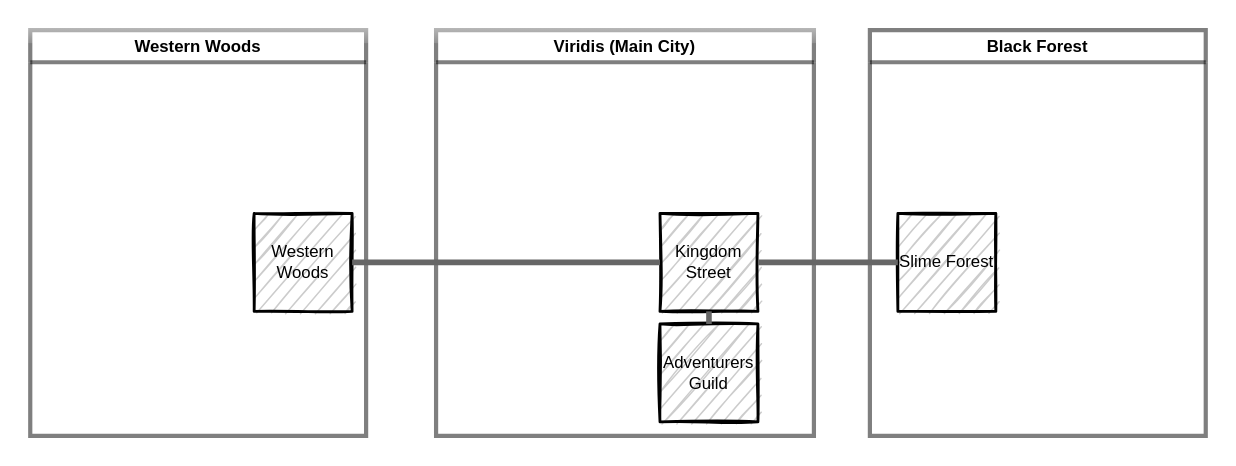
Before: public/world/include/chiania_world_map.drawio.svg, a diagram exported from draw.io (RudolfAchter/chiania). Source tidied: cells renumbered, new cells last; positions are measured from the earlier drawing's top-left corner, leaving out a move shared by most shapes.
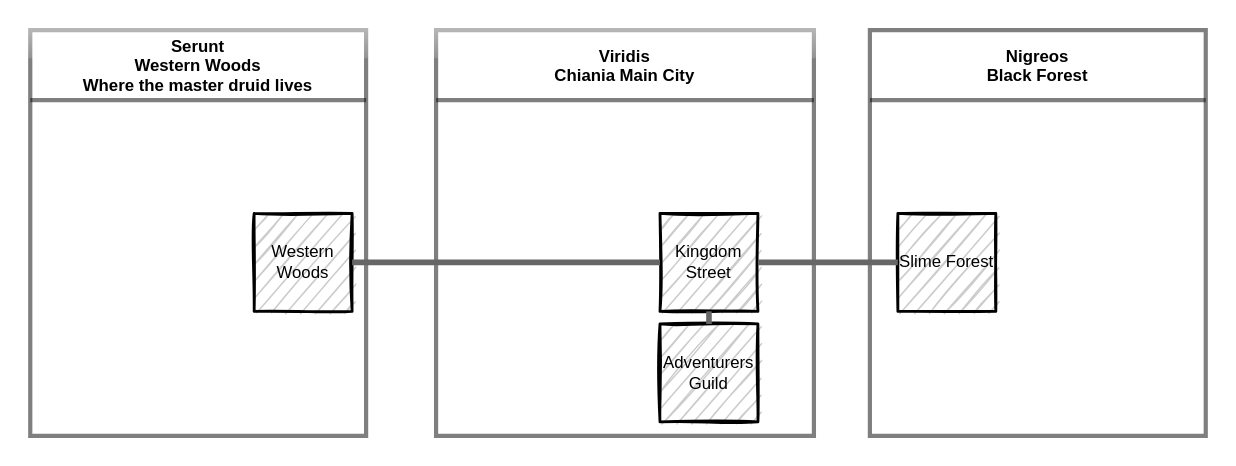
Later version of the same file.

Change to the diagram source:
```diff
@@ -2,7 +2,7 @@
   <root>
     <mxCell id="0" />
     <mxCell id="1" parent="0" />
-    <mxCell id="2" value="Viridis (Main City)" style="swimlane;glass=1;swimlaneLine=1;swimlaneFillColor=default;gradientColor=none;fillColor=default;sketch=0;shadow=0;rounded=0;opacity=50;strokeWidth=3;" parent="1" vertex="1">
+    <mxCell id="2" value="Viridis &#10;Chiania Main City" style="swimlane;glass=1;swimlaneLine=1;swimlaneFillColor=default;gradientColor=none;fillColor=default;sketch=0;shadow=0;rounded=0;opacity=50;strokeWidth=3;startSize=50;" parent="1" vertex="1">
       <mxGeometry x="290" width="270" height="290" as="geometry" />
     </mxCell>
     <mxCell id="3" value="Kingdom Street" style="rounded=0;whiteSpace=wrap;html=1;sketch=1;fillColor=#CCCCCC;strokeWidth=2;" parent="2" vertex="1">
@@ -14,13 +14,13 @@
     <mxCell id="5" style="edgeStyle=none;html=1;endArrow=none;endFill=0;exitX=0.5;exitY=1;exitDx=0;exitDy=0;entryX=0.5;entryY=0;entryDx=0;entryDy=0;strokeWidth=4;strokeColor=#666666;" parent="2" edge="1" source="3" target="4">
       <mxGeometry relative="1" as="geometry" />
     </mxCell>
-    <mxCell id="6" value="Black Forest" style="swimlane;&#10;swimlaneFillColor=#999999;&#10;fillColor=#66CC00;&#10;swimlaneLine=1;swimlaneFillColor=default;&#10;opacity=50%;opacity=50;strokeWidth=3;" parent="1" vertex="1">
+    <mxCell id="6" value="Nigreos&#10;Black Forest" style="swimlane;&#10;swimlaneFillColor=#999999;&#10;fillColor=#66CC00;&#10;swimlaneLine=1;swimlaneFillColor=default;&#10;opacity=50%;opacity=50;strokeWidth=3;startSize=50;" parent="1" vertex="1">
       <mxGeometry x="600" width="240" height="290" as="geometry" />
     </mxCell>
     <mxCell id="7" value="Slime Forest" style="rounded=0;whiteSpace=wrap;html=1;sketch=1;fillColor=#CCCCCC;strokeWidth=2;" parent="6" vertex="1">
       <mxGeometry x="20" y="131" width="70" height="70" as="geometry" />
     </mxCell>
-    <mxCell id="8" value="Western Woods" style="swimlane;glass=1;fillColor=default;gradientColor=none;swimlaneFillColor=default;sketch=0;swimlaneLine=1;opacity=50;strokeWidth=3;" parent="1" vertex="1">
+    <mxCell id="8" value="Serunt&#10;Western Woods&#10;Where the master druid lives" style="swimlane;glass=1;fillColor=default;gradientColor=none;swimlaneFillColor=default;sketch=0;swimlaneLine=1;opacity=50;strokeWidth=3;startSize=50;" parent="1" vertex="1">
       <mxGeometry width="240" height="290" as="geometry" />
     </mxCell>
     <mxCell id="9" value="Western Woods" style="rounded=0;whiteSpace=wrap;html=1;sketch=1;fillColor=#CCCCCC;strokeWidth=2;" parent="8" vertex="1">
```
